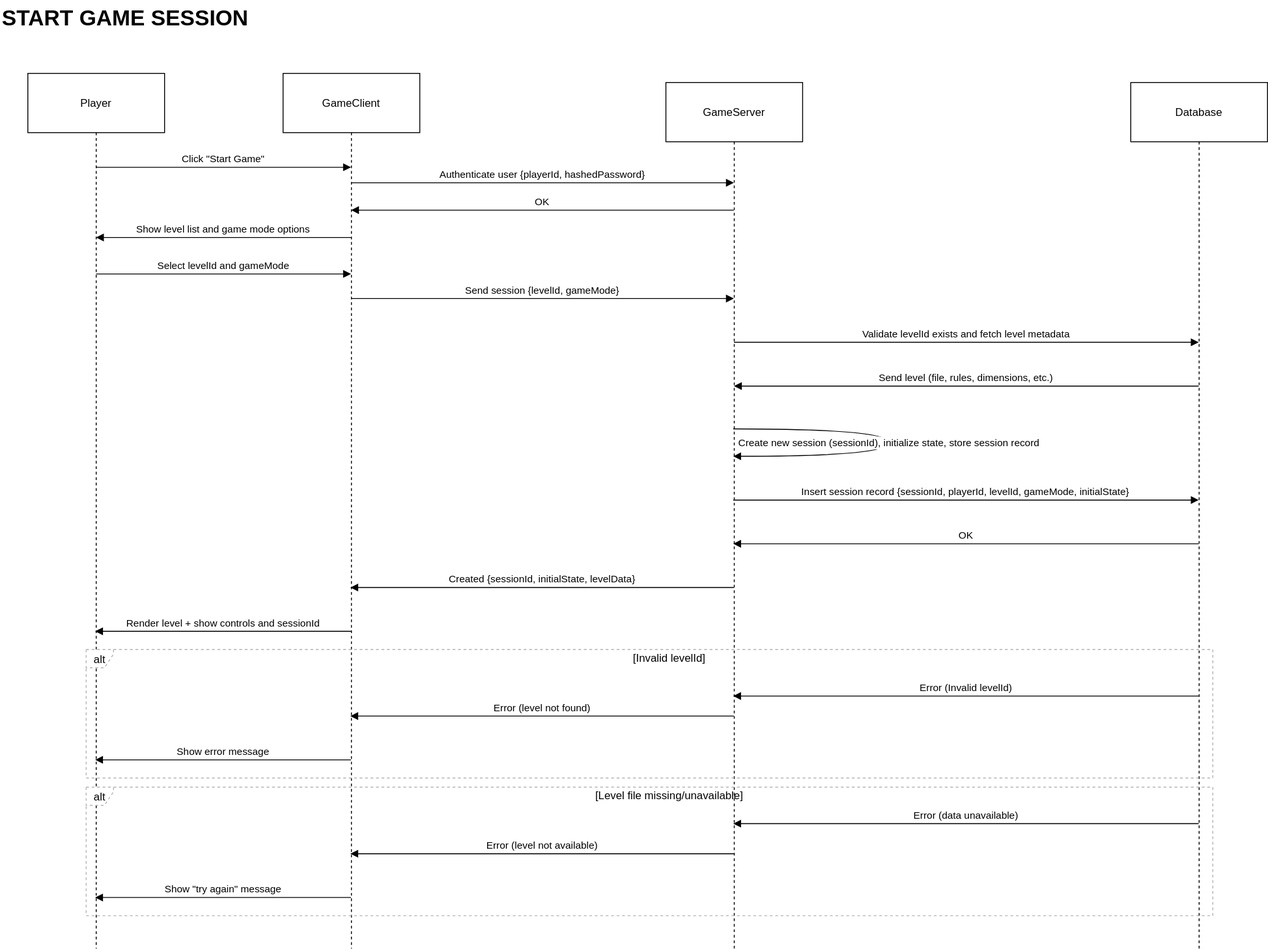
feegeer/swa-sokoban keeps this draw.io diagram as doc/images/sequence_diagram_start_game_session.svg. Above is the earlier version. Source tidied: cells renumbered, new cells last; positions are measured from the earlier drawing's top-left corner, leaving out a move shared by most shapes.
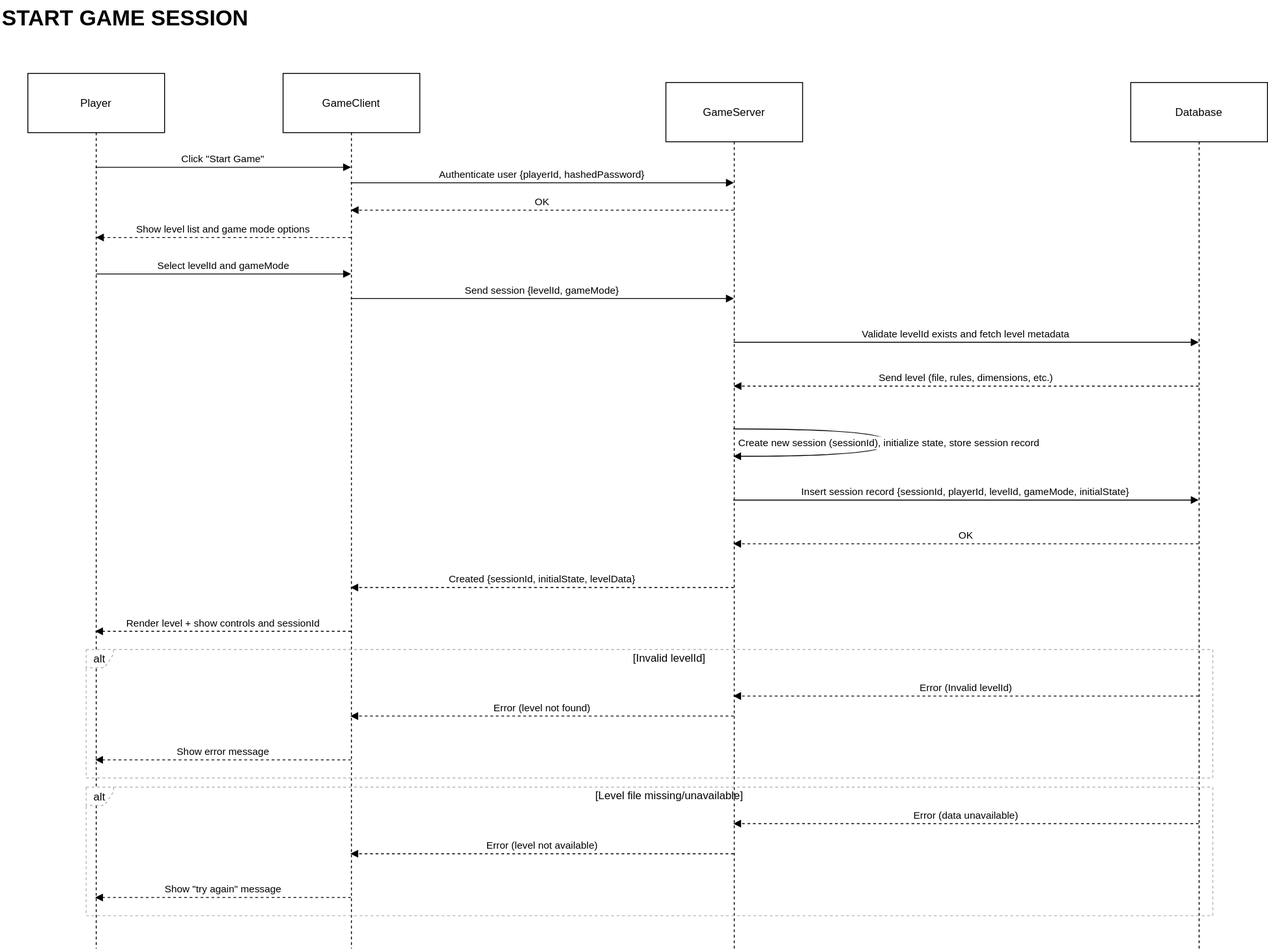
The same diagram one commit later.

Commit message:
added sequence diagrams

The edit, as a diff of the source:
```diff
@@ -33,7 +33,7 @@
         </Array>
       </mxGeometry>
     </mxCell>
-    <mxCell id="11" value="Show level list and game mode options" style="verticalAlign=bottom;edgeStyle=elbowEdgeStyle;elbow=vertical;curved=0;rounded=0;endArrow=block;" parent="1" edge="1" source="3">
+    <mxCell id="11" value="Show level list and game mode options" style="verticalAlign=bottom;edgeStyle=elbowEdgeStyle;elbow=vertical;curved=0;rounded=0;endArrow=block;dashed=1;" parent="1" edge="1" source="3">
       <mxGeometry relative="1" as="geometry">
         <mxPoint x="104.8" y="260" as="targetPoint" />
         <Array as="points">
@@ -64,7 +64,7 @@
         </Array>
       </mxGeometry>
     </mxCell>
-    <mxCell id="15" value="Send level (file, rules, dimensions, etc.)" style="verticalAlign=bottom;edgeStyle=elbowEdgeStyle;elbow=vertical;curved=0;rounded=0;endArrow=block;" parent="1" edge="1" source="5" target="4">
+    <mxCell id="15" value="Send level (file, rules, dimensions, etc.)" style="verticalAlign=bottom;edgeStyle=elbowEdgeStyle;elbow=vertical;curved=0;rounded=0;endArrow=block;dashed=1;" parent="1" edge="1" source="5" target="4">
       <mxGeometry relative="1" as="geometry">
         <Array as="points">
           <mxPoint x="1236" y="423" />
@@ -89,7 +89,7 @@
         </Array>
       </mxGeometry>
     </mxCell>
-    <mxCell id="18" value="OK" style="verticalAlign=bottom;edgeStyle=elbowEdgeStyle;elbow=vertical;curved=0;rounded=0;endArrow=block;" parent="1" edge="1" source="5">
+    <mxCell id="18" value="OK" style="verticalAlign=bottom;edgeStyle=elbowEdgeStyle;elbow=vertical;curved=0;rounded=0;endArrow=block;dashed=1;" parent="1" edge="1" source="5">
       <mxGeometry relative="1" as="geometry">
         <mxPoint x="803.8" y="596" as="targetPoint" />
         <Array as="points">
@@ -97,7 +97,7 @@
         </Array>
       </mxGeometry>
     </mxCell>
-    <mxCell id="19" value="Created {sessionId, initialState, levelData}" style="verticalAlign=bottom;edgeStyle=elbowEdgeStyle;elbow=vertical;curved=0;rounded=0;endArrow=block;" parent="1" edge="1">
+    <mxCell id="19" value="Created {sessionId, initialState, levelData}" style="verticalAlign=bottom;edgeStyle=elbowEdgeStyle;elbow=vertical;curved=0;rounded=0;endArrow=block;dashed=1;" parent="1" edge="1">
       <mxGeometry relative="1" as="geometry">
         <mxPoint x="804.5" y="644" as="sourcePoint" />
         <mxPoint x="383.8" y="644" as="targetPoint" />
@@ -106,7 +106,7 @@
         </Array>
       </mxGeometry>
     </mxCell>
-    <mxCell id="20" value="Render level + show controls and sessionId" style="verticalAlign=bottom;edgeStyle=elbowEdgeStyle;elbow=vertical;curved=0;rounded=0;endArrow=block;" parent="1" edge="1">
+    <mxCell id="20" value="Render level + show controls and sessionId" style="verticalAlign=bottom;edgeStyle=elbowEdgeStyle;elbow=vertical;curved=0;rounded=0;endArrow=block;dashed=1;" parent="1" edge="1">
       <mxGeometry relative="1" as="geometry">
         <mxPoint x="384.5" y="692" as="sourcePoint" />
         <mxPoint x="103.8" y="692" as="targetPoint" />
@@ -115,7 +115,7 @@
         </Array>
       </mxGeometry>
     </mxCell>
-    <mxCell id="21" value="Error (level not found)" style="verticalAlign=bottom;edgeStyle=elbowEdgeStyle;elbow=vertical;curved=0;rounded=0;endArrow=block;" parent="1" edge="1">
+    <mxCell id="21" value="Error (level not found)" style="verticalAlign=bottom;edgeStyle=elbowEdgeStyle;elbow=vertical;curved=0;rounded=0;endArrow=block;dashed=1;" parent="1" edge="1">
       <mxGeometry relative="1" as="geometry">
         <mxPoint x="804.5" y="785" as="sourcePoint" />
         <mxPoint x="383.8" y="785" as="targetPoint" />
@@ -124,7 +124,7 @@
         </Array>
       </mxGeometry>
     </mxCell>
-    <mxCell id="22" value="Show error message" style="verticalAlign=bottom;edgeStyle=elbowEdgeStyle;elbow=vertical;curved=0;rounded=0;endArrow=block;" parent="1" edge="1">
+    <mxCell id="22" value="Show error message" style="verticalAlign=bottom;edgeStyle=elbowEdgeStyle;elbow=vertical;curved=0;rounded=0;endArrow=block;dashed=1;" parent="1" edge="1">
       <mxGeometry relative="1" as="geometry">
         <mxPoint x="384.5" y="833" as="sourcePoint" />
         <mxPoint x="103.8" y="833" as="targetPoint" />
@@ -133,7 +133,7 @@
         </Array>
       </mxGeometry>
     </mxCell>
-    <mxCell id="23" value="Error (level not available)" style="verticalAlign=bottom;edgeStyle=elbowEdgeStyle;elbow=vertical;curved=0;rounded=0;endArrow=block;" parent="1" edge="1">
+    <mxCell id="23" value="Error (level not available)" style="verticalAlign=bottom;edgeStyle=elbowEdgeStyle;elbow=vertical;curved=0;rounded=0;endArrow=block;dashed=1;" parent="1" edge="1">
       <mxGeometry relative="1" as="geometry">
         <mxPoint x="804.5" y="936" as="sourcePoint" />
         <mxPoint x="383.8" y="936" as="targetPoint" />
@@ -142,7 +142,7 @@
         </Array>
       </mxGeometry>
     </mxCell>
-    <mxCell id="24" value="Show &quot;try again&quot; message" style="verticalAlign=bottom;edgeStyle=elbowEdgeStyle;elbow=vertical;curved=0;rounded=0;endArrow=block;" parent="1" edge="1">
+    <mxCell id="24" value="Show &quot;try again&quot; message" style="verticalAlign=bottom;edgeStyle=elbowEdgeStyle;elbow=vertical;curved=0;rounded=0;endArrow=block;dashed=1;" parent="1" edge="1">
       <mxGeometry relative="1" as="geometry">
         <mxPoint x="384.5" y="984" as="sourcePoint" />
         <mxPoint x="103.8" y="984" as="targetPoint" />
@@ -161,14 +161,14 @@
         </Array>
       </mxGeometry>
     </mxCell>
-    <mxCell id="27" value="OK" style="verticalAlign=bottom;edgeStyle=elbowEdgeStyle;elbow=vertical;curved=0;rounded=0;endArrow=block;" parent="1" edge="1" source="4" target="3">
+    <mxCell id="27" value="OK" style="verticalAlign=bottom;edgeStyle=elbowEdgeStyle;elbow=vertical;curved=0;rounded=0;endArrow=block;dashed=1;" parent="1" edge="1" source="4" target="3">
       <mxGeometry relative="1" as="geometry">
         <Array as="points">
           <mxPoint x="720" y="230" />
         </Array>
       </mxGeometry>
     </mxCell>
-    <mxCell id="28" value="Error (Invalid levelId)" style="verticalAlign=bottom;edgeStyle=elbowEdgeStyle;elbow=vertical;curved=0;rounded=0;endArrow=block;" parent="1" edge="1" source="5">
+    <mxCell id="28" value="Error (Invalid levelId)" style="verticalAlign=bottom;edgeStyle=elbowEdgeStyle;elbow=vertical;curved=0;rounded=0;endArrow=block;dashed=1;" parent="1" edge="1" source="5">
       <mxGeometry relative="1" as="geometry">
         <mxPoint x="803.8" y="763" as="targetPoint" />
         <Array as="points">
@@ -176,7 +176,7 @@
         </Array>
       </mxGeometry>
     </mxCell>
-    <mxCell id="29" value="Error (data unavailable)" style="verticalAlign=bottom;edgeStyle=elbowEdgeStyle;elbow=vertical;curved=0;rounded=0;endArrow=block;" parent="1" edge="1" source="5">
+    <mxCell id="29" value="Error (data unavailable)" style="verticalAlign=bottom;edgeStyle=elbowEdgeStyle;elbow=vertical;curved=0;rounded=0;endArrow=block;dashed=1;" parent="1" edge="1" source="5">
       <mxGeometry relative="1" as="geometry">
         <mxPoint x="803.8" y="903" as="targetPoint" />
         <Array as="points">
```
